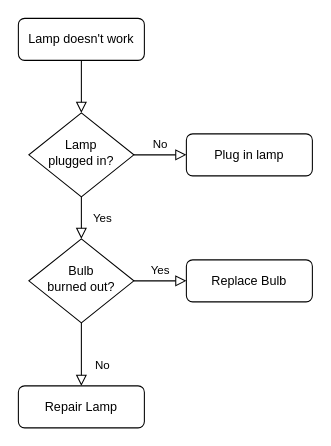
Above: Documentation/Untitled Diagram.drawio in CaliphKnaz/listLolChampions (draw.io), before the change. Source tidied: cells renumbered, new cells numbered last; positions are measured from the earlier drawing's top-left corner, leaving out a move shared by most shapes. Both pictures are drawn from the tidied source at 105%, with x=0, y=0 at pixel (18, 18).
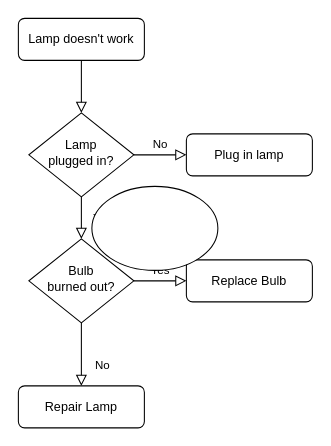
After the change.

The edit, as a diff of the source:
```diff
@@
 <mxGraphModel>
   <root>
     <mxCell id="0" />
     <mxCell id="1" parent="0" />
     <mxCell id="2" style="rounded=0;html=1;jettySize=auto;fontSize=11;endArrow=block;endFill=0;endSize=8;strokeWidth=1;shadow=0;labelBackgroundColor=none;edgeStyle=orthogonalEdgeStyle;" parent="1" edge="1" source="3" target="6">
       <mxGeometry relative="1" as="geometry" />
     </mxCell>
     <mxCell id="3" value="Lamp doesn't work" style="rounded=1;whiteSpace=wrap;html=1;fontSize=12;glass=0;strokeWidth=1;shadow=0;" parent="1" vertex="1">
       <mxGeometry width="120" height="40" as="geometry" />
     </mxCell>
     <mxCell id="4" value="Yes" style="rounded=0;html=1;jettySize=auto;fontSize=11;endArrow=block;endFill=0;endSize=8;strokeWidth=1;shadow=0;labelBackgroundColor=none;edgeStyle=orthogonalEdgeStyle;" parent="1" edge="1" source="6" target="10">
       <mxGeometry y="20" relative="1" as="geometry" />
     </mxCell>
     <mxCell id="5" value="No" style="edgeStyle=orthogonalEdgeStyle;rounded=0;html=1;jettySize=auto;fontSize=11;endArrow=block;endFill=0;endSize=8;strokeWidth=1;shadow=0;labelBackgroundColor=none;" parent="1" edge="1" source="6" target="7">
       <mxGeometry y="10" relative="1" as="geometry" />
     </mxCell>
     <mxCell id="6" value="Lamp&lt;br&gt;plugged in?" style="rhombus;whiteSpace=wrap;html=1;shadow=0;fontFamily=Helvetica;fontSize=12;align=center;strokeWidth=1;spacing=6;spacingTop=-4;" parent="1" vertex="1">
       <mxGeometry x="10" y="90" width="100" height="80" as="geometry" />
     </mxCell>
     <mxCell id="7" value="Plug in lamp" style="rounded=1;whiteSpace=wrap;html=1;fontSize=12;glass=0;strokeWidth=1;shadow=0;" parent="1" vertex="1">
       <mxGeometry x="160" y="110" width="120" height="40" as="geometry" />
     </mxCell>
     <mxCell id="8" value="No" style="rounded=0;html=1;jettySize=auto;fontSize=11;endArrow=block;endFill=0;endSize=8;strokeWidth=1;shadow=0;labelBackgroundColor=none;edgeStyle=orthogonalEdgeStyle;" parent="1" edge="1" source="10" target="11">
       <mxGeometry x="0.33" y="20" relative="1" as="geometry" />
     </mxCell>
     <mxCell id="9" value="Yes" style="edgeStyle=orthogonalEdgeStyle;rounded=0;html=1;jettySize=auto;fontSize=11;endArrow=block;endFill=0;endSize=8;strokeWidth=1;shadow=0;labelBackgroundColor=none;" parent="1" edge="1" source="10" target="12">
       <mxGeometry y="10" relative="1" as="geometry" />
     </mxCell>
     <mxCell id="10" value="Bulb&lt;br&gt;burned out?" style="rhombus;whiteSpace=wrap;html=1;shadow=0;fontFamily=Helvetica;fontSize=12;align=center;strokeWidth=1;spacing=6;spacingTop=-4;" parent="1" vertex="1">
       <mxGeometry x="10" y="210" width="100" height="80" as="geometry" />
     </mxCell>
     <mxCell id="11" value="Repair Lamp" style="rounded=1;whiteSpace=wrap;html=1;fontSize=12;glass=0;strokeWidth=1;shadow=0;" parent="1" vertex="1">
       <mxGeometry y="350" width="120" height="40" as="geometry" />
     </mxCell>
     <mxCell id="12" value="Replace Bulb" style="rounded=1;whiteSpace=wrap;html=1;fontSize=12;glass=0;strokeWidth=1;shadow=0;" parent="1" vertex="1">
       <mxGeometry x="160" y="230" width="120" height="40" as="geometry" />
     </mxCell>
+    <mxCell id="13" style="ellipse;whiteSpace=wrap;html=1;" parent="1" vertex="1">
+      <mxGeometry x="70" y="160" width="120" height="80" as="geometry" />
+    </mxCell>
   </root>
 </mxGraphModel>
```
